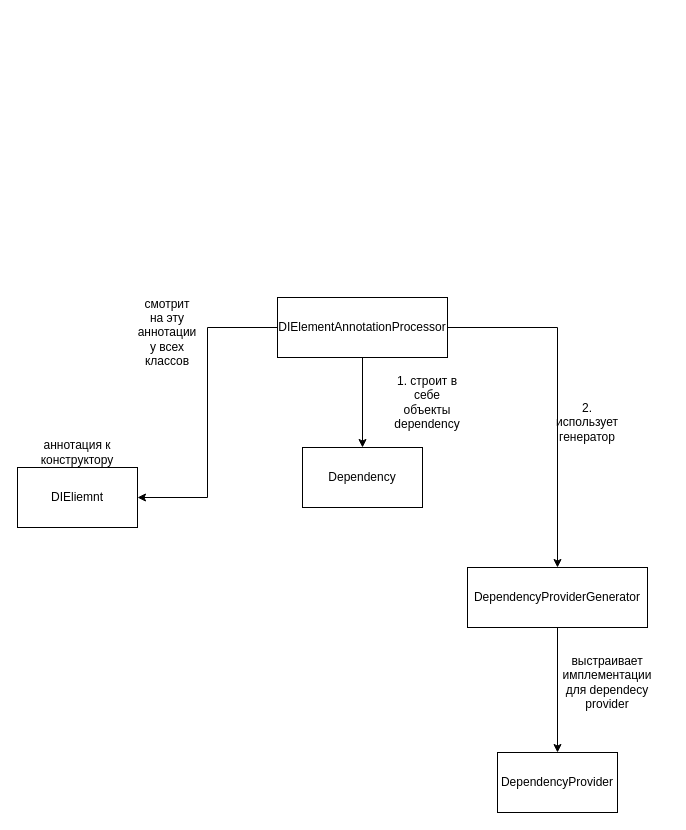
Earlier version of the draw.io diagram docs/DI-scheme.drawio (FatCat343/di_container). Source tidied: cells renumbered, new cells numbered last; positions are measured from the earlier drawing's top-left corner, leaving out a move shared by most shapes. Both pictures are drawn from the tidied source at 100%, with x=0, y=0 at pixel (17, 297).
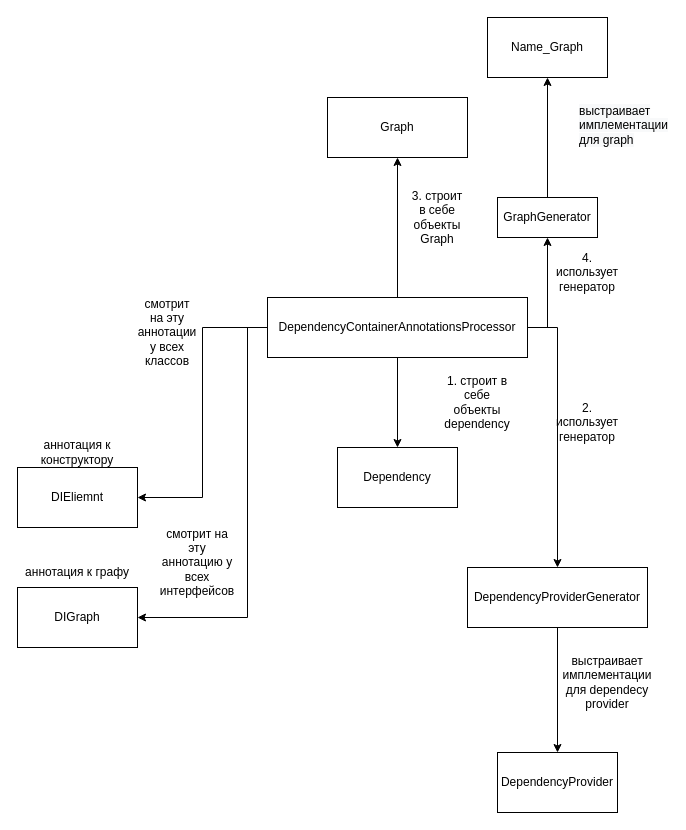
The same diagram, later.

Commit message (it also covers changes not shown here):
дополнили документацию

Change to the diagram source:
```diff
@@
     <mxCell id="3" value="Dependency" style="rounded=0;whiteSpace=wrap;html=1;" parent="1" vertex="1">
-      <mxGeometry x="285" y="150" width="120" height="60" as="geometry" />
+      <mxGeometry x="320" y="150" width="120" height="60" as="geometry" />
     </mxCell>
@@
+    <mxCell id="16" style="edgeStyle=orthogonalEdgeStyle;rounded=0;jettySize=auto;html=1;exitX=0;exitY=0.5;exitDx=0;exitDy=0;" parent="1" edge="1" source="10" target="19">
+      <mxGeometry relative="1" as="geometry">
+        <Array as="points">
+          <mxPoint x="230" y="30" />
+          <mxPoint x="230" y="320" />
+        </Array>
+      </mxGeometry>
+    </mxCell>
+    <mxCell id="17" style="edgeStyle=orthogonalEdgeStyle;rounded=0;jettySize=auto;html=1;exitX=0.5;exitY=0;exitDx=0;exitDy=0;fontFamily=Helvetica;fontColor=#000000;" parent="1" edge="1" source="10" target="22">
+      <mxGeometry relative="1" as="geometry" />
+    </mxCell>
+    <mxCell id="18" style="edgeStyle=orthogonalEdgeStyle;rounded=0;jettySize=auto;html=1;exitX=1;exitY=0.5;exitDx=0;exitDy=0;fontFamily=Helvetica;fontColor=#000000;" parent="1" edge="1" source="10" target="24">
+      <mxGeometry relative="1" as="geometry" />
+    </mxCell>
-    <mxCell id="10" value="DIElementAnnotationProcessor" style="rounded=0;whiteSpace=wrap;html=1;" parent="1" vertex="1">
-      <mxGeometry x="260" width="170" height="60" as="geometry" />
+    <mxCell id="10" value="&lt;p style=&quot;&quot;&gt;&lt;span style=&quot;background-color: rgb(255, 255, 255);&quot;&gt;DependencyContainerAnnotationsProcessor&lt;/span&gt;&lt;/p&gt;" style="rounded=0;whiteSpace=wrap;html=1;" parent="1" vertex="1">
+      <mxGeometry x="250" width="260" height="60" as="geometry" />
     </mxCell>
@@
     <mxCell id="13" value="1. строит в себе объекты dependency" style="text;html=1;strokeColor=none;fillColor=none;align=center;verticalAlign=middle;whiteSpace=wrap;rounded=0;" parent="1" vertex="1">
-      <mxGeometry x="380" y="90" width="60" height="30" as="geometry" />
+      <mxGeometry x="430" y="90" width="60" height="30" as="geometry" />
     </mxCell>
@@
+    <mxCell id="19" value="DIGraph" style="rounded=0;whiteSpace=wrap;html=1;" parent="1" vertex="1">
+      <mxGeometry y="290" width="120" height="60" as="geometry" />
+    </mxCell>
+    <mxCell id="20" value="аннотация к графу" style="text;html=1;strokeColor=none;fillColor=none;align=center;verticalAlign=middle;whiteSpace=wrap;rounded=0;" parent="1" vertex="1">
+      <mxGeometry y="260" width="120" height="30" as="geometry" />
+    </mxCell>
+    <mxCell id="21" value="смотрит на эту аннотацию у всех интерфейсов" style="text;html=1;strokeColor=none;fillColor=none;align=center;verticalAlign=middle;whiteSpace=wrap;rounded=0;" parent="1" vertex="1">
+      <mxGeometry x="150" y="250" width="60" height="30" as="geometry" />
+    </mxCell>
+    <mxCell id="22" value="&lt;p style=&quot;&quot;&gt;Graph&lt;/p&gt;" style="rounded=0;whiteSpace=wrap;html=1;labelBackgroundColor=#FFFFFF;fontFamily=Helvetica;fontColor=#000000;" parent="1" vertex="1">
+      <mxGeometry x="310" y="-200" width="140" height="60" as="geometry" />
+    </mxCell>
+    <mxCell id="23" style="edgeStyle=orthogonalEdgeStyle;rounded=0;jettySize=auto;html=1;exitX=0.5;exitY=0;exitDx=0;exitDy=0;entryX=0.5;entryY=1;entryDx=0;entryDy=0;fontFamily=Helvetica;fontColor=#000000;" parent="1" edge="1" source="24" target="26">
+      <mxGeometry relative="1" as="geometry" />
+    </mxCell>
+    <mxCell id="24" value="&lt;p style=&quot;&quot;&gt;GraphGenerator&lt;/p&gt;" style="rounded=0;whiteSpace=wrap;html=1;labelBackgroundColor=#FFFFFF;fontFamily=Helvetica;fontColor=#000000;" parent="1" vertex="1">
+      <mxGeometry x="480" y="-100" width="100" height="40" as="geometry" />
+    </mxCell>
+    <mxCell id="25" value="&lt;span style=&quot;color: rgb(0, 0, 0); font-family: Helvetica; font-size: 12px; font-style: normal; font-variant-ligatures: normal; font-variant-caps: normal; font-weight: 400; letter-spacing: normal; orphans: 2; text-align: center; text-indent: 0px; text-transform: none; widows: 2; word-spacing: 0px; -webkit-text-stroke-width: 0px; background-color: rgb(248, 249, 250); text-decoration-thickness: initial; text-decoration-style: initial; text-decoration-color: initial; float: none; display: inline !important;&quot;&gt;выстраивает имплементации для graph&lt;/span&gt;" style="text;whiteSpace=wrap;html=1;fontFamily=Helvetica;fontColor=#000000;" parent="1" vertex="1">
+      <mxGeometry x="560" y="-200" width="80" height="40" as="geometry" />
+    </mxCell>
+    <mxCell id="26" value="Name_Graph" style="rounded=0;whiteSpace=wrap;html=1;labelBackgroundColor=#FFFFFF;fontFamily=Helvetica;fontColor=#000000;" parent="1" vertex="1">
+      <mxGeometry x="470" y="-280" width="120" height="60" as="geometry" />
+    </mxCell>
+    <mxCell id="27" value="3. строит в себе объекты Graph" style="text;html=1;strokeColor=none;fillColor=none;align=center;verticalAlign=middle;whiteSpace=wrap;rounded=0;" parent="1" vertex="1">
+      <mxGeometry x="390" y="-95" width="60" height="30" as="geometry" />
+    </mxCell>
+    <mxCell id="28" value="4. использует генератор" style="text;html=1;strokeColor=none;fillColor=none;align=center;verticalAlign=middle;whiteSpace=wrap;rounded=0;" parent="1" vertex="1">
+      <mxGeometry x="540" y="-40" width="60" height="30" as="geometry" />
+    </mxCell>
```
